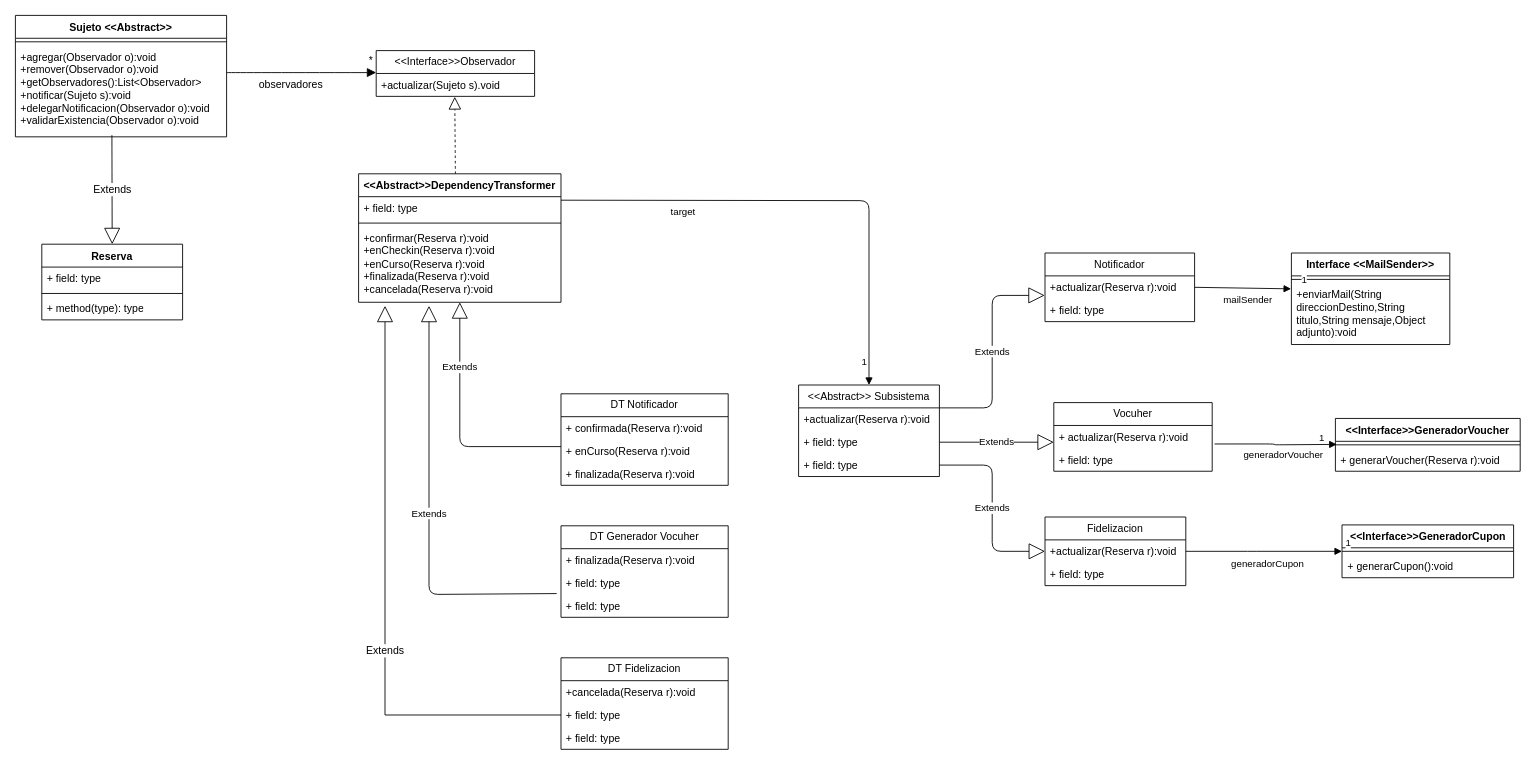
The draw.io diagram UML/2.5 notificaciones de la reserva.drawio in MartinianoOliveto/po2-integrador, before the edit. Source tidied: cells renumbered, new cells numbered last; positions are measured from the earlier drawing's top-left corner, leaving out a move shared by most shapes. Both pictures are drawn from the tidied source at 88%, with x=0, y=0 at pixel (15, 15).
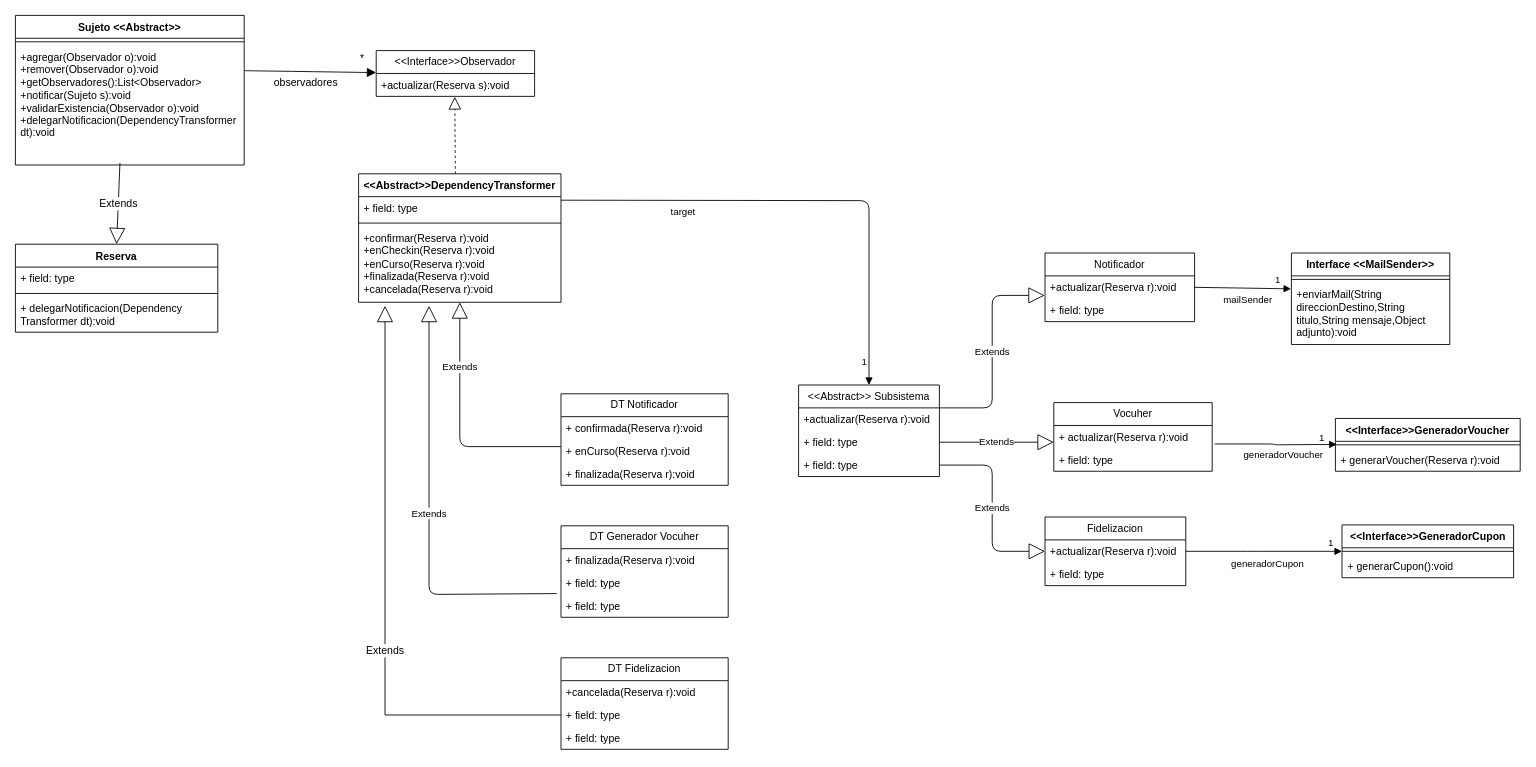
The same page after the edit.

Unchanged cells that the change refers to:
```xml
<mxCell id="10" value="&amp;lt;&amp;lt;Interface&amp;gt;&amp;gt;Observador" style="swimlane;fontStyle=0;horizontal=1;startSize=26;fillColor=none;whiteSpace=wrap;html=1;" parent="1" vertex="1">
  <mxGeometry x="410" y="40" width="180" height="52" as="geometry" />
</mxCell>
<mxCell id="45" value="mailSender" style="endArrow=block;endFill=1;html=1;align=left;verticalAlign=top;exitX=1;exitY=0.5;exitDx=0;exitDy=0;entryX=-0.002;entryY=0.096;entryDx=0;entryDy=0;entryPerimeter=0;" parent="1" edge="1" source="27" target="37">
  <mxGeometry x="-0.43" y="-1" relative="1" as="geometry" />
</mxCell>
<mxCell id="57" value="generadorCupon" style="endArrow=block;endFill=1;html=1;align=left;verticalAlign=top;entryX=0;entryY=0.5;entryDx=0;entryDy=0;exitX=1;exitY=0.5;exitDx=0;exitDy=0;" parent="1" edge="1" source="32" target="52">
  <mxGeometry x="-0.44" y="-1" relative="1" as="geometry">
    <Array as="points">
      <mxPoint x="1410" y="609" />
    </Array>
  </mxGeometry>
</mxCell>
```

The edit, as a diff of the source:
```diff
@@
     <mxCell id="2" value="Reserva" style="swimlane;fontStyle=1;align=center;verticalAlign=top;horizontal=1;startSize=26;whiteSpace=wrap;html=1;" parent="1" vertex="1">
-      <mxGeometry x="30" y="260" width="160" height="86" as="geometry" />
+      <mxGeometry y="260" width="230" height="100" as="geometry" />
     </mxCell>
     <mxCell id="3" value="+ field: type" style="text;strokeColor=none;fillColor=none;align=left;verticalAlign=top;spacingLeft=4;spacingRight=4;overflow=hidden;whiteSpace=wrap;html=1;" parent="2" vertex="1">
-      <mxGeometry y="26" width="160" height="26" as="geometry" />
+      <mxGeometry y="26" width="230" height="26" as="geometry" />
     </mxCell>
     <mxCell id="4" style="line;strokeWidth=1;fillColor=none;align=left;verticalAlign=middle;spacingTop=-1;spacingLeft=3;spacingRight=3;labelPosition=right;strokeColor=inherit;labelPerimeter=1;" parent="2" vertex="1">
-      <mxGeometry y="52" width="160" height="8" as="geometry" />
+      <mxGeometry y="52" width="230" height="8" as="geometry" />
     </mxCell>
-    <mxCell id="5" value="+ method(type): type" style="text;strokeColor=none;fillColor=none;align=left;verticalAlign=top;spacingLeft=4;spacingRight=4;overflow=hidden;whiteSpace=wrap;html=1;" parent="2" vertex="1">
-      <mxGeometry y="60" width="160" height="26" as="geometry" />
+    <mxCell id="5" value="+ delegarNotificacion(Dependency Transformer dt):void" style="text;strokeColor=none;fillColor=none;align=left;verticalAlign=top;spacingLeft=4;spacingRight=4;overflow=hidden;whiteSpace=wrap;html=1;" parent="2" vertex="1">
+      <mxGeometry y="60" width="230" height="40" as="geometry" />
     </mxCell>
     <mxCell id="6" value="Sujeto &amp;lt;&amp;lt;Abstract&amp;gt;&amp;gt;" style="swimlane;fontStyle=1;align=center;verticalAlign=top;horizontal=1;startSize=26;whiteSpace=wrap;html=1;" parent="1" vertex="1">
-      <mxGeometry width="240" height="138" as="geometry" />
+      <mxGeometry width="260" height="170" as="geometry" />
     </mxCell>
     <mxCell id="7" style="line;strokeWidth=1;fillColor=none;align=left;verticalAlign=middle;spacingTop=-1;spacingLeft=3;spacingRight=3;labelPosition=right;strokeColor=inherit;labelPerimeter=1;" parent="6" vertex="1">
-      <mxGeometry y="26" width="240" height="8" as="geometry" />
+      <mxGeometry y="26" width="260" height="8" as="geometry" />
     </mxCell>
-    <mxCell id="8" value="+agregar(Observador o):void&lt;div&gt;+remover(Observador o):void&lt;/div&gt;&lt;div&gt;+getObservadores():List&amp;lt;Observador&amp;gt;&lt;/div&gt;&lt;div&gt;+notificar(Sujeto s):void&lt;/div&gt;&lt;div&gt;+&lt;font face=&quot;italica&quot;&gt;delegarNotificacion(Observador o):void&lt;/font&gt;&lt;/div&gt;&lt;div&gt;&lt;font face=&quot;Helvetica&quot;&gt;+validarExistencia(Observador o):void&lt;/font&gt;&lt;/div&gt;" style="text;strokeColor=none;fillColor=none;align=left;verticalAlign=top;spacingLeft=4;spacingRight=4;overflow=hidden;points=[[0,0.5],[1,0.5]];portConstraint=eastwest;whiteSpace=wrap;html=1;" parent="6" vertex="1">
-      <mxGeometry y="34" width="240" height="104" as="geometry" />
+    <mxCell id="8" value="+agregar(Observador o):void&lt;div&gt;+remover(Observador o):void&lt;/div&gt;&lt;div&gt;+getObservadores():List&amp;lt;Observador&amp;gt;&lt;/div&gt;&lt;div&gt;+notificar(Sujeto s):void&lt;/div&gt;&lt;div&gt;&lt;font face=&quot;Helvetica&quot;&gt;+validarExistencia(Observador o):void&amp;nbsp;&lt;/font&gt;&lt;/div&gt;&lt;div&gt;&lt;font face=&quot;italica&quot;&gt;+delegarNotificacion(DependencyTransformer dt):void&amp;nbsp;&lt;/font&gt;&lt;/div&gt;" style="text;strokeColor=none;fillColor=none;align=left;verticalAlign=top;spacingLeft=4;spacingRight=4;overflow=hidden;points=[[0,0.5],[1,0.5]];portConstraint=eastwest;whiteSpace=wrap;html=1;" parent="6" vertex="1">
+      <mxGeometry y="34" width="260" height="136" as="geometry" />
     </mxCell>
@@
-    <mxCell id="11" value="+actualizar(Sujeto s).void" style="text;strokeColor=none;fillColor=none;align=left;verticalAlign=top;spacingLeft=4;spacingRight=4;overflow=hidden;points=[[0,0.5],[1,0.5]];portConstraint=eastwest;whiteSpace=wrap;html=1;" parent="10" vertex="1">
+    <mxCell id="11" value="+actualizar(Reserva s):void" style="text;strokeColor=none;fillColor=none;align=left;verticalAlign=top;spacingLeft=4;spacingRight=4;overflow=hidden;points=[[0,0.5],[1,0.5]];portConstraint=eastwest;whiteSpace=wrap;html=1;" parent="10" vertex="1">
       <mxGeometry y="26" width="180" height="26" as="geometry" />
     </mxCell>
@@
     <mxCell id="46" value="1" style="edgeLabel;html=1;align=left;verticalAlign=bottom;" parent="45" vertex="1">
       <mxGeometry x="-1" relative="1" as="geometry">
-        <mxPoint x="120" as="offset" />
+        <mxPoint x="90" as="offset" />
       </mxGeometry>
     </mxCell>
@@
     <mxCell id="58" value="1" style="edgeLabel;html=1;align=left;verticalAlign=bottom;inheritText=1;" parent="57" vertex="1">
       <mxGeometry x="-1" relative="1" as="geometry">
-        <mxPoint x="180" y="-1" as="offset" />
+        <mxPoint x="160" y="-1" as="offset" />
       </mxGeometry>
     </mxCell>
-    <mxCell id="59" value="observadores&amp;nbsp;" style="endArrow=block;endFill=1;html=1;align=left;verticalAlign=top;rounded=0;fontSize=12;defaultLabelBackgroundColor=page;startSize=8;endSize=8;curved=1;exitX=1;exitY=0.303;exitDx=0;exitDy=0;exitPerimeter=0;" parent="1" edge="1">
+    <mxCell id="59" value="observadores&amp;nbsp;" style="endArrow=block;endFill=1;html=1;align=left;verticalAlign=top;rounded=0;fontSize=12;defaultLabelBackgroundColor=page;startSize=8;endSize=8;curved=1;exitX=1.002;exitY=0.212;exitDx=0;exitDy=0;exitPerimeter=0;" parent="1" edge="1" source="8">
       <mxGeometry x="-0.59" relative="1" as="geometry">
-        <mxPoint x="240" y="65" as="sourcePoint" />
         <mxPoint x="410" y="65" as="targetPoint" />
       </mxGeometry>
     </mxCell>
     <mxCell id="60" value="*" style="edgeLabel;html=1;align=left;verticalAlign=bottom;inheritText=1;fontSize=12;defaultLabelBackgroundColor=page;" parent="59" vertex="1">
       <mxGeometry x="-1" relative="1" as="geometry">
-        <mxPoint x="160" y="-5" as="offset" />
+        <mxPoint x="129" y="-5" as="offset" />
       </mxGeometry>
     </mxCell>
```
